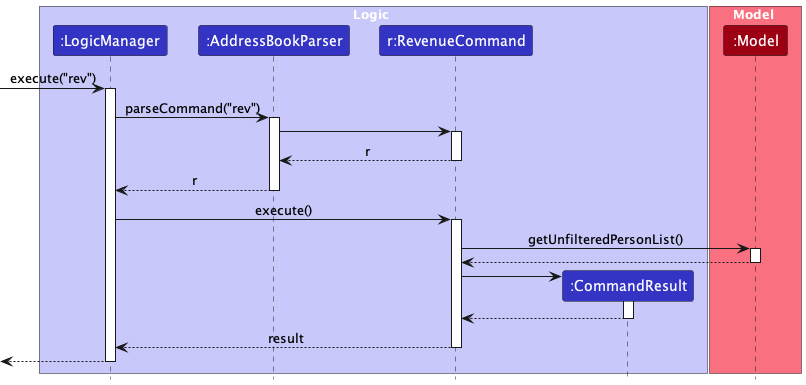
This is docs/images/RevenueSequenceDiagram.png from nus-cs2103-AY2324S1/tp, a PlantUML export, as it was before one commit. Source of this version:
```plantuml
@startuml
!include style.puml
skinparam ArrowFontStyle plain

box Logic LOGIC_COLOR_T1
participant ":LogicManager" as LogicManager LOGIC_COLOR
participant ":AddressBookParser" as AddressBookParser LOGIC_COLOR
participant "r:RevenueCommand" as RevenueCommand LOGIC_COLOR
participant ":CommandResult" as CommandResult LOGIC_COLOR
end box

box Model MODEL_COLOR_T1
participant ":Model" as Model MODEL_COLOR
end box

[-> LogicManager : execute("rev")
activate LogicManager

LogicManager -> AddressBookParser : parseCommand("rev")
activate AddressBookParser
AddressBookParser -> RevenueCommand
activate RevenueCommand

RevenueCommand --> AddressBookParser: r
deactivate RevenueCommand


AddressBookParser --> LogicManager : r
deactivate AddressBookParser

LogicManager -> RevenueCommand : execute()
activate RevenueCommand

RevenueCommand -> Model : getUnfilteredPersonList()
activate Model

Model --> RevenueCommand
deactivate Model

create CommandResult
RevenueCommand -> CommandResult
activate CommandResult

CommandResult --> RevenueCommand
deactivate CommandResult

RevenueCommand --> LogicManager : result
deactivate RevenueCommand

[<--LogicManager
deactivate LogicManager
@enduml
```
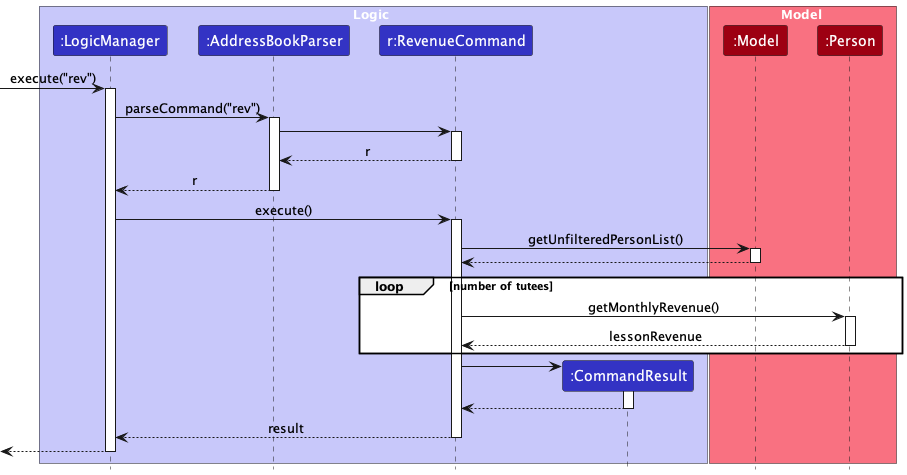
The same file after the commit.

What changed in the source:
```diff
@@ -11,6 +11,7 @@
 
 box Model MODEL_COLOR_T1
 participant ":Model" as Model MODEL_COLOR
+participant ":Person" as Person MODEL_COLOR
 end box
 
 [-> LogicManager : execute("rev")
@@ -37,6 +38,13 @@
 Model --> RevenueCommand
 deactivate Model
 
+loop number of tutees
+RevenueCommand -> Person : getMonthlyRevenue()
+activate Person
+Person --> RevenueCommand : lessonRevenue
+deactivate Person
+end
+
 create CommandResult
 RevenueCommand -> CommandResult
 activate CommandResult
```
